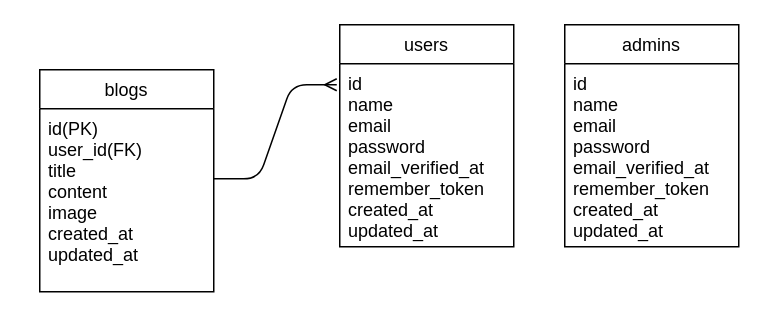
This is DB.drawio from golpin/Laravel-beginner-blog, a draw.io file, before an edit. Source tidied: cells renumbered, new cells numbered last; positions are measured from the earlier drawing's top-left corner, leaving out a move shared by most shapes. Both pictures are drawn from the tidied source at 150%, with x=0, y=0 at pixel (39, 24).
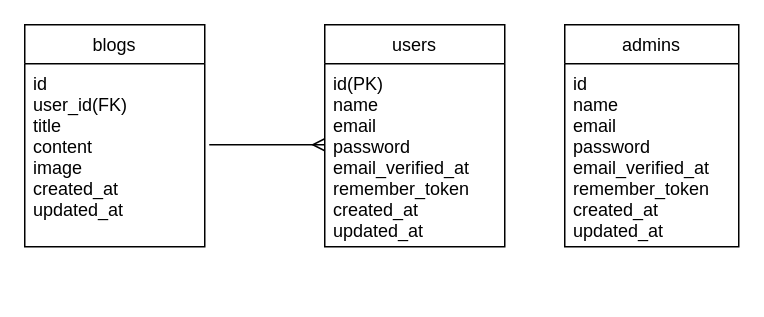
After the change.

Change to the diagram source:
```diff
@@
 <mxGraphModel>
   <root>
     <mxCell id="0" />
     <mxCell id="1" parent="0" />
     <mxCell id="2" value="users" style="swimlane;fontStyle=0;horizontal=1;startSize=26;" parent="1" vertex="1">
-      <mxGeometry x="200" width="116" height="148" as="geometry" />
+      <mxGeometry x="190" width="120" height="148" as="geometry" />
     </mxCell>
-    <mxCell id="3" value="id&#10;name&#10;email&#10;password&#10;email_verified_at&#10;remember_token&#10;created_at&#10;updated_at" style="text;strokeColor=none;fillColor=none;align=left;verticalAlign=top;spacingLeft=4;spacingRight=4;overflow=hidden;" parent="2" vertex="1">
-      <mxGeometry y="26" width="116" height="122" as="geometry" />
+    <mxCell id="3" value="id(PK)&#10;name&#10;email&#10;password&#10;email_verified_at&#10;remember_token&#10;created_at&#10;updated_at" style="text;strokeColor=none;fillColor=none;align=left;verticalAlign=top;spacingLeft=4;spacingRight=4;overflow=hidden;" parent="2" vertex="1">
+      <mxGeometry y="26" width="120" height="122" as="geometry" />
     </mxCell>
     <mxCell id="4" value="blogs" style="swimlane;fontStyle=0;horizontal=1;startSize=26;" parent="1" vertex="1">
-      <mxGeometry y="30" width="116" height="148" as="geometry" />
+      <mxGeometry x="-10" width="120" height="148" as="geometry" />
     </mxCell>
-    <mxCell id="5" value="id(PK)&#10;user_id(FK)&#10;title&#10;content&#10;image&#10;created_at&#10;updated_at" style="text;strokeColor=none;fillColor=none;align=left;verticalAlign=top;spacingLeft=4;spacingRight=4;overflow=hidden;points=[[0,0.5],[1,0.5]];portConstraint=eastwest;" parent="4" vertex="1">
-      <mxGeometry y="26" width="116" height="122" as="geometry" />
+    <mxCell id="5" value="id&#10;user_id(FK)&#10;title&#10;content&#10;image&#10;created_at&#10;updated_at" style="text;strokeColor=none;fillColor=none;align=left;verticalAlign=top;spacingLeft=4;spacingRight=4;overflow=hidden;points=[[0,0.5],[1,0.5]];portConstraint=eastwest;" parent="4" vertex="1">
+      <mxGeometry y="26" width="120" height="122" as="geometry" />
     </mxCell>
     <mxCell id="6" value="admins" style="swimlane;fontStyle=0;horizontal=1;startSize=26;" parent="1" vertex="1">
       <mxGeometry x="350" width="116" height="148" as="geometry" />
     </mxCell>
     <mxCell id="7" value="id&#10;name&#10;email&#10;password&#10;email_verified_at&#10;remember_token&#10;created_at&#10;updated_at" style="text;strokeColor=none;fillColor=none;align=left;verticalAlign=top;spacingLeft=4;spacingRight=4;overflow=hidden;" parent="6" vertex="1">
       <mxGeometry y="26" width="116" height="122" as="geometry" />
     </mxCell>
-    <mxCell id="8" style="edgeStyle=entityRelationEdgeStyle;fontSize=12;html=1;endArrow=ERmany;exitX=1;exitY=0.383;exitDx=0;exitDy=0;exitPerimeter=0;" parent="1" edge="1" source="5">
+    <mxCell id="8" style="edgeStyle=entityRelationEdgeStyle;fontSize=12;html=1;endArrow=ERmany;" parent="1" edge="1">
       <mxGeometry relative="1" as="geometry">
-        <mxPoint x="198" y="40" as="targetPoint" />
+        <mxPoint x="113" y="80" as="sourcePoint" />
+        <mxPoint x="190" y="80" as="targetPoint" />
       </mxGeometry>
     </mxCell>
   </root>
 </mxGraphModel>
```
